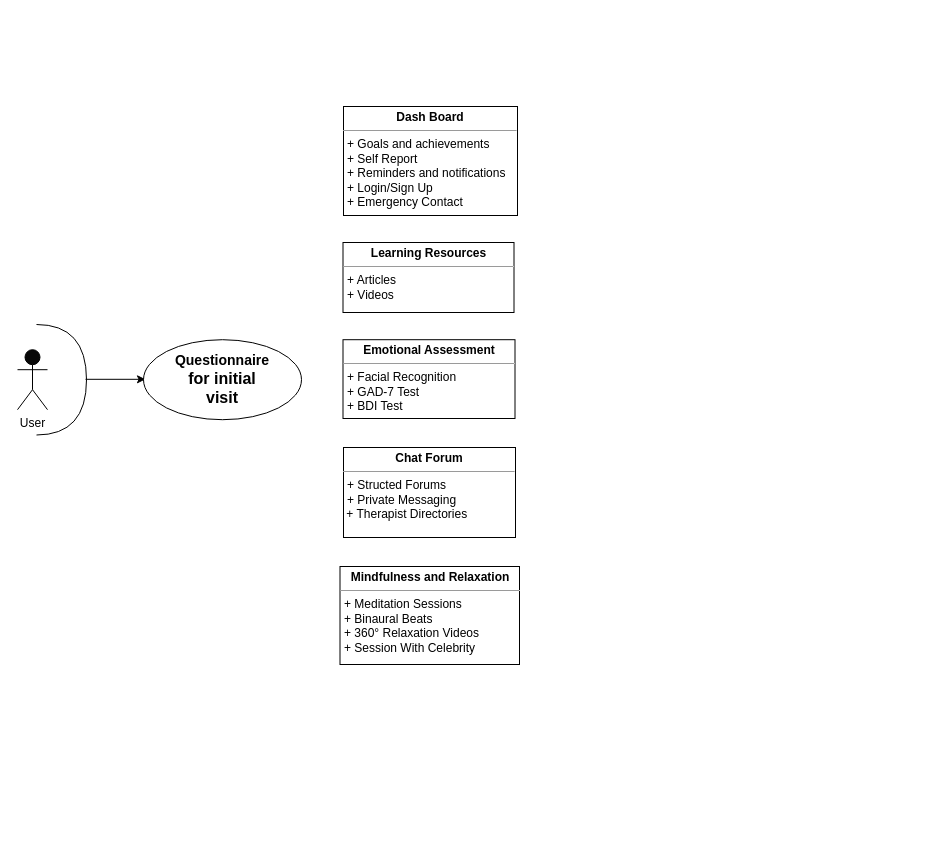
Earlier version of the draw.io diagram page "Page-2" (2 of 2) of Untitled Diagram.drawio (Nandakishore-cmd/Backend-development). Source tidied: cells renumbered, new cells numbered last; positions are measured from the earlier drawing's top-left corner, leaving out a move shared by most shapes. Both pictures are drawn from the tidied source at 100%, with x=0, y=0 at pixel (17, 106).
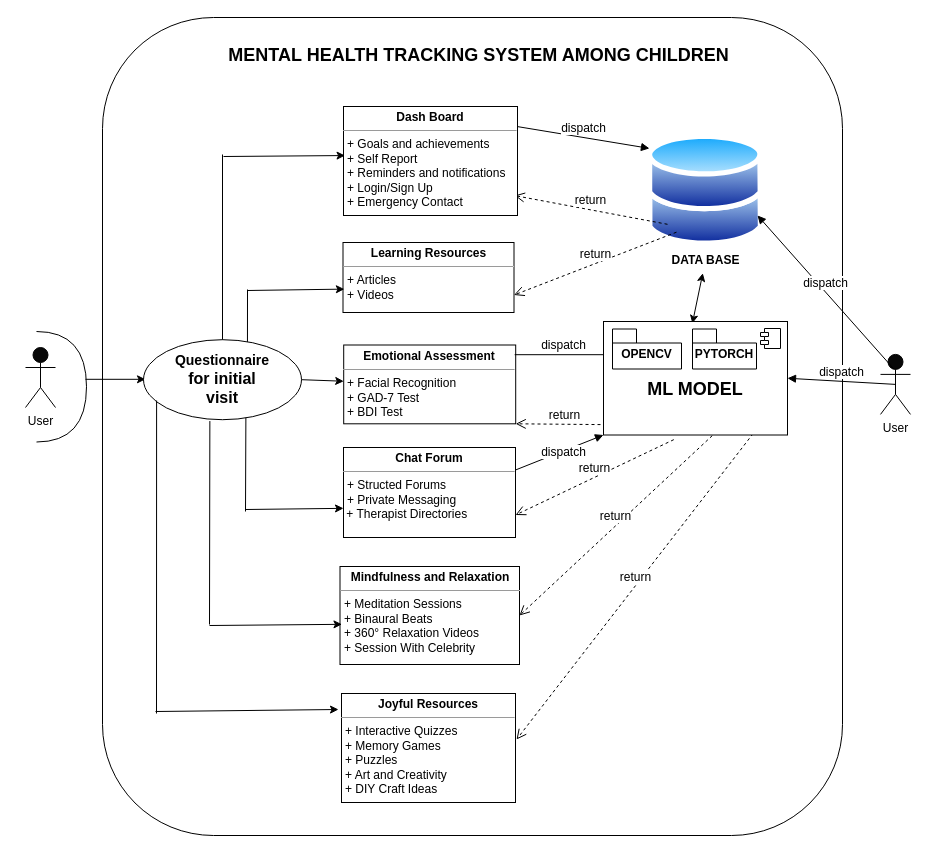
The same page after the edit.

Commit message:
MENTAL HEALTH UML DIAGRAM

Unchanged cells that the change refers to:
```xml
<mxCell id="5" value="&lt;div style=&quot;&quot;&gt;&lt;b style=&quot;background-color: initial;&quot;&gt;&lt;font style=&quot;font-size: 14px;&quot;&gt;Questionnaire&lt;/font&gt;&lt;/b&gt;&lt;/div&gt;&lt;b&gt;&lt;font size=&quot;3&quot;&gt;&lt;div style=&quot;&quot;&gt;&lt;b style=&quot;background-color: initial;&quot;&gt;for initial&lt;/b&gt;&lt;/div&gt;&lt;div style=&quot;&quot;&gt;&lt;b style=&quot;background-color: initial;&quot;&gt;visit&lt;/b&gt;&lt;/div&gt;&lt;/font&gt;&lt;/b&gt;" style="ellipse;whiteSpace=wrap;html=1;align=center;" parent="1" vertex="1">
  <mxGeometry x="126" y="233.2" width="158" height="80" as="geometry" />
</mxCell>
<mxCell id="6" value="&lt;p style=&quot;margin:0px;margin-top:4px;text-align:center;&quot;&gt;&lt;b&gt;Dash Board&lt;/b&gt;&lt;/p&gt;&lt;hr size=&quot;1&quot;&gt;&lt;p style=&quot;margin:0px;margin-left:4px;&quot;&gt;+ Goals and achievements&lt;/p&gt;&lt;p style=&quot;margin:0px;margin-left:4px;&quot;&gt;+ Self Report&lt;/p&gt;&lt;p style=&quot;margin:0px;margin-left:4px;&quot;&gt;+ Reminders and notifications&lt;/p&gt;&lt;p style=&quot;margin:0px;margin-left:4px;&quot;&gt;+ Login/Sign Up&lt;/p&gt;&lt;p style=&quot;margin:0px;margin-left:4px;&quot;&gt;+ Emergency Contact&lt;/p&gt;&lt;p style=&quot;margin:0px;margin-left:4px;&quot;&gt;&lt;br&gt;&lt;/p&gt;" style="verticalAlign=top;align=left;overflow=fill;fontSize=12;fontFamily=Helvetica;html=1;whiteSpace=wrap;" parent="1" vertex="1">
  <mxGeometry x="326" width="174" height="109" as="geometry" />
</mxCell>
<mxCell id="7" value="&lt;p style=&quot;margin:0px;margin-top:4px;text-align:center;&quot;&gt;&lt;b&gt;Learning Resources&lt;/b&gt;&lt;/p&gt;&lt;hr size=&quot;1&quot;&gt;&lt;p style=&quot;margin:0px;margin-left:4px;&quot;&gt;+ Articles&lt;/p&gt;&lt;p style=&quot;margin:0px;margin-left:4px;&quot;&gt;+ Videos&lt;/p&gt;&lt;p style=&quot;margin:0px;margin-left:4px;&quot;&gt;&lt;br&gt;&lt;/p&gt;" style="verticalAlign=top;align=left;overflow=fill;fontSize=12;fontFamily=Helvetica;html=1;whiteSpace=wrap;" parent="1" vertex="1">
  <mxGeometry x="325.5" y="136" width="171" height="70" as="geometry" />
</mxCell>
<mxCell id="9" value="&lt;p style=&quot;margin:0px;margin-top:4px;text-align:center;&quot;&gt;&lt;b&gt;Chat Forum&lt;/b&gt;&lt;/p&gt;&lt;hr size=&quot;1&quot;&gt;&lt;p style=&quot;margin:0px;margin-left:4px;&quot;&gt;+ Structed Forums&lt;/p&gt;&lt;p style=&quot;margin:0px;margin-left:4px;&quot;&gt;+ Private Messaging&lt;/p&gt;&amp;nbsp;+ Therapist Directories&lt;p style=&quot;margin:0px;margin-left:4px;&quot;&gt;&lt;br&gt;&lt;/p&gt;" style="verticalAlign=top;align=left;overflow=fill;fontSize=12;fontFamily=Helvetica;html=1;whiteSpace=wrap;" parent="1" vertex="1">
  <mxGeometry x="326" y="341" width="172" height="90" as="geometry" />
</mxCell>
<mxCell id="10" value="&lt;p style=&quot;margin:0px;margin-top:4px;text-align:center;&quot;&gt;&lt;b&gt;Mindfulness and Relaxation&lt;/b&gt;&lt;br&gt;&lt;/p&gt;&lt;hr size=&quot;1&quot;&gt;&lt;p style=&quot;margin:0px;margin-left:4px;&quot;&gt;+ Meditation Sessions&lt;/p&gt;&lt;p style=&quot;margin:0px;margin-left:4px;&quot;&gt;+ Binaural Beats&lt;/p&gt;&lt;p style=&quot;margin:0px;margin-left:4px;&quot;&gt;+ 360° Relaxation Videos&lt;/p&gt;&lt;p style=&quot;margin:0px;margin-left:4px;&quot;&gt;+ Session With Celebrity&lt;/p&gt;" style="verticalAlign=top;align=left;overflow=fill;fontSize=12;fontFamily=Helvetica;html=1;whiteSpace=wrap;" parent="1" vertex="1">
  <mxGeometry x="322.5" y="460" width="179.5" height="98" as="geometry" />
</mxCell>
```

Change to the diagram source:
```diff
@@
+    <mxCell id="11" style="rounded=1;whiteSpace=wrap;html=1;sketch=0;strokeColor=default;align=center;verticalAlign=middle;fontFamily=Helvetica;fontSize=12;fontColor=default;fillColor=default;" parent="1" vertex="1">
+      <mxGeometry x="85" y="-89" width="740" height="818" as="geometry" />
+    </mxCell>
+    <mxCell id="12" style="html=1;points=[[0,0,0,0,5],[0,1,0,0,-5],[1,0,0,0,5],[1,1,0,0,-5]];perimeter=orthogonalPerimeter;outlineConnect=0;targetShapes=umlLifeline;portConstraint=eastwest;newEdgeStyle={&quot;curved&quot;:0,&quot;rounded&quot;:0};sketch=0;strokeColor=default;align=center;verticalAlign=middle;fontFamily=Helvetica;fontSize=12;fontColor=default;fillColor=default;" parent="1" vertex="1">
+      <mxGeometry x="650" y="44.8" width="10" height="78" as="geometry" />
+    </mxCell>
+    <mxCell id="13" style="image;perimeter=ellipsePerimeter;html=1;align=center;shadow=0;dashed=0;spacingTop=3;image=img/lib/active_directory/databases.svg;" parent="1" vertex="1">
+      <mxGeometry x="630" y="27" width="116" height="113.7" as="geometry" />
+    </mxCell>
+    <mxCell id="14" style="html=1;perimeter=orthogonalPerimeter;targetShapes=umlLifeline;newEdgeStyle={&quot;curved&quot;:0,&quot;rounded&quot;:0};sketch=0;strokeColor=default;align=center;verticalAlign=middle;fontFamily=Helvetica;fontSize=12;fontColor=default;fillColor=default;" parent="1" vertex="1">
+      <mxGeometry x="755" y="243.5" width="10" height="80" as="geometry" />
+    </mxCell>
+    <mxCell id="15" value="dispatch" style="html=1;verticalAlign=bottom;endArrow=block;curved=0;rounded=0;entryX=0;entryY=1;entryDx=0;entryDy=0;fontFamily=Helvetica;fontSize=12;fontColor=default;exitX=1;exitY=0.25;exitDx=0;exitDy=0;" parent="1" edge="1" source="9" target="42">
+      <mxGeometry x="0.01" y="-10" relative="1" as="geometry" />
+    </mxCell>
+    <mxCell id="16" value="return" style="html=1;verticalAlign=bottom;endArrow=open;dashed=1;endSize=8;curved=0;rounded=0;exitX=0.382;exitY=1.041;exitDx=0;exitDy=0;fontFamily=Helvetica;fontSize=12;fontColor=default;entryX=1;entryY=0.75;entryDx=0;entryDy=0;exitPerimeter=0;" parent="1" edge="1" source="42" target="9">
+      <mxGeometry relative="1" as="geometry" />
+    </mxCell>
+    <mxCell id="17" value="dispatch" style="html=1;verticalAlign=bottom;endArrow=block;curved=0;rounded=0;entryX=0.017;entryY=0.131;entryDx=0;entryDy=0;fontFamily=Helvetica;fontSize=12;fontColor=default;exitX=1.002;exitY=0.185;exitDx=0;exitDy=0;exitPerimeter=0;entryPerimeter=0;" parent="1" edge="1" source="6" target="13">
+      <mxGeometry relative="1" as="geometry" />
+    </mxCell>
+    <mxCell id="18" value="return" style="html=1;verticalAlign=bottom;endArrow=open;dashed=1;endSize=8;curved=0;rounded=0;exitX=0;exitY=1;exitDx=0;exitDy=-5;fontFamily=Helvetica;fontSize=12;fontColor=default;entryX=0.983;entryY=0.817;entryDx=0;entryDy=0;entryPerimeter=0;" parent="1" edge="1" source="12" target="6">
+      <mxGeometry relative="1" as="geometry" />
+    </mxCell>
+    <mxCell id="19" style="html=1;points=[[0,0,0,0,5],[0,1,0,0,-5],[1,0,0,0,5],[1,1,0,0,-5]];perimeter=orthogonalPerimeter;outlineConnect=0;targetShapes=umlLifeline;portConstraint=eastwest;newEdgeStyle={&quot;curved&quot;:0,&quot;rounded&quot;:0};sketch=0;strokeColor=default;align=center;verticalAlign=middle;fontFamily=Helvetica;fontSize=12;fontColor=default;fillColor=default;" parent="1" vertex="1">
+      <mxGeometry x="595" y="243.2" width="10" height="80" as="geometry" />
+    </mxCell>
     <mxCell id="2" value="User" style="shape=umlActor;verticalLabelPosition=bottom;verticalAlign=top;html=1;fillColor=#080808;" parent="1" vertex="1">
-      <mxGeometry y="243.2" width="30" height="60" as="geometry" />
+      <mxGeometry x="8" y="241" width="30" height="60" as="geometry" />
     </mxCell>
     <mxCell id="3" style="shape=requiredInterface;html=1;verticalLabelPosition=bottom;sketch=0;" parent="1" vertex="1">
-      <mxGeometry x="19" y="218" width="50" height="110.5" as="geometry" />
+      <mxGeometry x="19" y="225" width="50" height="110.5" as="geometry" />
     </mxCell>
@@
     <mxCell id="8" value="&lt;p style=&quot;margin:0px;margin-top:4px;text-align:center;&quot;&gt;&lt;b&gt;Emotional Assessment&lt;/b&gt;&lt;/p&gt;&lt;hr size=&quot;1&quot;&gt;&lt;p style=&quot;margin:0px;margin-left:4px;&quot;&gt;+ Facial Recognition&lt;/p&gt;&lt;p style=&quot;margin:0px;margin-left:4px;&quot;&gt;+ GAD-7 Test&lt;/p&gt;&lt;p style=&quot;margin:0px;margin-left:4px;&quot;&gt;+ BDI Test&lt;/p&gt;&lt;p style=&quot;margin:0px;margin-left:4px;&quot;&gt;&lt;br&gt;&lt;/p&gt;" style="verticalAlign=top;align=left;overflow=fill;fontSize=12;fontFamily=Helvetica;html=1;whiteSpace=wrap;" parent="1" vertex="1">
-      <mxGeometry x="325.5" y="233.2" width="172" height="78.8" as="geometry" />
+      <mxGeometry x="326.2" y="238.5" width="172" height="78.8" as="geometry" />
     </mxCell>
@@
+    <mxCell id="20" style="endArrow=classic;html=1;rounded=0;entryX=0.011;entryY=0.59;entryDx=0;entryDy=0;entryPerimeter=0;" parent="1" edge="1" target="10">
+      <mxGeometry relative="1" as="geometry">
+        <mxPoint x="192" y="519" as="sourcePoint" />
+      </mxGeometry>
+    </mxCell>
+    <mxCell id="21" style="endArrow=none;html=1;rounded=0;exitX=0.42;exitY=1.017;exitDx=0;exitDy=0;exitPerimeter=0;" parent="1" edge="1" source="5">
+      <mxGeometry relative="1" as="geometry">
+        <mxPoint x="192" y="518" as="targetPoint" />
+      </mxGeometry>
+    </mxCell>
+    <mxCell id="22" style="endArrow=none;html=1;rounded=0;" parent="1" edge="1" source="5">
+      <mxGeometry relative="1" as="geometry">
+        <mxPoint x="205" y="48" as="targetPoint" />
+      </mxGeometry>
+    </mxCell>
+    <mxCell id="23" style="endArrow=classic;html=1;rounded=0;entryX=0.009;entryY=0.45;entryDx=0;entryDy=0;entryPerimeter=0;" parent="1" edge="1" target="6">
+      <mxGeometry relative="1" as="geometry">
+        <mxPoint x="206" y="50" as="sourcePoint" />
+      </mxGeometry>
+    </mxCell>
+    <mxCell id="24" style="endArrow=none;html=1;rounded=0;exitX=0.658;exitY=0.027;exitDx=0;exitDy=0;exitPerimeter=0;" parent="1" edge="1" source="5">
+      <mxGeometry relative="1" as="geometry">
+        <mxPoint x="230" y="183" as="targetPoint" />
+      </mxGeometry>
+    </mxCell>
+    <mxCell id="25" style="endArrow=classic;html=1;rounded=0;entryX=0.008;entryY=0.666;entryDx=0;entryDy=0;entryPerimeter=0;" parent="1" edge="1" target="7">
+      <mxGeometry relative="1" as="geometry">
+        <mxPoint x="230" y="184" as="sourcePoint" />
+      </mxGeometry>
+    </mxCell>
+    <mxCell id="26" style="endArrow=classic;html=1;rounded=0;exitX=1;exitY=0.5;exitDx=0;exitDy=0;" parent="1" edge="1" source="5" target="8">
+      <mxGeometry relative="1" as="geometry" />
+    </mxCell>
+    <mxCell id="27" value="&lt;p style=&quot;margin:0px;margin-top:4px;text-align:center;&quot;&gt;&lt;b&gt;Joyful Resources&lt;/b&gt;&lt;/p&gt;&lt;hr size=&quot;1&quot;&gt;&lt;p style=&quot;margin:0px;margin-left:4px;&quot;&gt;+ Interactive Quizzes&lt;/p&gt;&lt;p style=&quot;margin:0px;margin-left:4px;&quot;&gt;+ Memory Games&lt;/p&gt;&lt;p style=&quot;margin:0px;margin-left:4px;&quot;&gt;+ Puzzles&lt;/p&gt;&lt;p style=&quot;margin:0px;margin-left:4px;&quot;&gt;+ Art and Creativity&lt;/p&gt;&lt;p style=&quot;margin:0px;margin-left:4px;&quot;&gt;+ DIY Craft Ideas&lt;/p&gt;&lt;p style=&quot;margin:0px;margin-left:4px;&quot;&gt;&lt;br&gt;&lt;/p&gt;" style="verticalAlign=top;align=left;overflow=fill;fontSize=12;fontFamily=Helvetica;html=1;whiteSpace=wrap;" parent="1" vertex="1">
+      <mxGeometry x="324" y="587" width="174" height="109" as="geometry" />
+    </mxCell>
+    <mxCell id="28" value="&lt;b&gt;DATA BASE&lt;/b&gt;" style="text;html=1;align=center;verticalAlign=middle;points=[];strokeColor=none;fillColor=none;" parent="1" vertex="1">
+      <mxGeometry x="645" y="140.7" width="86" height="26" as="geometry" />
+    </mxCell>
+    <mxCell id="29" value="dispatch" style="html=1;verticalAlign=bottom;endArrow=block;curved=0;rounded=0;entryX=0;entryY=0;entryDx=0;entryDy=5;fontFamily=Helvetica;fontSize=12;fontColor=default;exitX=0.994;exitY=0.123;exitDx=0;exitDy=0;exitPerimeter=0;" parent="1" edge="1" source="8" target="19">
+      <mxGeometry relative="1" as="geometry" />
+    </mxCell>
+    <mxCell id="30" value="return" style="html=1;verticalAlign=bottom;endArrow=open;dashed=1;endSize=8;curved=0;rounded=0;exitX=0;exitY=1;exitDx=0;exitDy=-5;fontFamily=Helvetica;fontSize=12;fontColor=default;entryX=1;entryY=1;entryDx=0;entryDy=0;" parent="1" edge="1" source="19" target="8">
+      <mxGeometry relative="1" as="geometry" />
+    </mxCell>
+    <mxCell id="31" style="endArrow=classic;html=1;rounded=0;fontFamily=Helvetica;fontSize=12;fontColor=default;" parent="1" edge="1">
+      <mxGeometry relative="1" as="geometry">
+        <mxPoint x="138" y="605" as="sourcePoint" />
+        <mxPoint x="321" y="603" as="targetPoint" />
+      </mxGeometry>
+    </mxCell>
+    <mxCell id="32" style="endArrow=none;html=1;rounded=0;fontFamily=Helvetica;fontSize=12;fontColor=default;exitX=0;exitY=1;exitDx=0;exitDy=0;" parent="1" edge="1">
+      <mxGeometry relative="1" as="geometry">
+        <mxPoint x="139.1" y="294" as="sourcePoint" />
+        <mxPoint x="139" y="607" as="targetPoint" />
+      </mxGeometry>
+    </mxCell>
+    <mxCell id="33" style="endArrow=none;html=1;rounded=0;fontFamily=Helvetica;fontSize=12;fontColor=default;exitX=0.648;exitY=0.977;exitDx=0;exitDy=0;exitPerimeter=0;" parent="1" edge="1" source="5">
+      <mxGeometry relative="1" as="geometry">
+        <mxPoint x="228" y="405" as="targetPoint" />
+      </mxGeometry>
+    </mxCell>
+    <mxCell id="34" style="endArrow=classic;html=1;rounded=0;fontFamily=Helvetica;fontSize=12;fontColor=default;entryX=0;entryY=0.676;entryDx=0;entryDy=0;entryPerimeter=0;" parent="1" edge="1" target="9">
+      <mxGeometry relative="1" as="geometry">
+        <mxPoint x="228" y="403" as="sourcePoint" />
+      </mxGeometry>
+    </mxCell>
+    <mxCell id="35" value="User" style="shape=umlActor;verticalLabelPosition=bottom;verticalAlign=top;html=1;fillColor=#080808;" parent="1" vertex="1">
+      <mxGeometry x="863" y="247.9" width="30" height="60" as="geometry" />
+    </mxCell>
+    <mxCell id="36" value="dispatch" style="html=1;verticalAlign=bottom;endArrow=block;curved=0;rounded=0;fontFamily=Helvetica;fontSize=12;fontColor=default;entryX=1;entryY=0.75;entryDx=0;entryDy=0;exitX=0.447;exitY=0.245;exitDx=0;exitDy=0;exitPerimeter=0;" parent="1" edge="1" source="35" target="13">
+      <mxGeometry relative="1" as="geometry" />
+    </mxCell>
+    <mxCell id="37" value="return" style="html=1;verticalAlign=bottom;endArrow=open;dashed=1;endSize=8;curved=0;rounded=0;fontFamily=Helvetica;fontSize=12;fontColor=default;exitX=0.25;exitY=0.868;exitDx=0;exitDy=0;exitPerimeter=0;entryX=1;entryY=0.75;entryDx=0;entryDy=0;" parent="1" edge="1" source="13" target="7">
+      <mxGeometry relative="1" as="geometry" />
+    </mxCell>
+    <mxCell id="38" style="endArrow=classic;startArrow=classic;html=1;rounded=0;fontFamily=Helvetica;fontSize=12;fontColor=default;exitX=0.483;exitY=0.017;exitDx=0;exitDy=0;exitPerimeter=0;" parent="1" edge="1" source="42" target="28">
+      <mxGeometry relative="1" as="geometry" />
+    </mxCell>
+    <mxCell id="39" value="dispatch" style="html=1;verticalAlign=bottom;endArrow=block;curved=0;rounded=0;fontFamily=Helvetica;fontSize=12;fontColor=default;entryX=1;entryY=0.5;entryDx=0;entryDy=0;exitX=0.5;exitY=0.5;exitDx=0;exitDy=0;exitPerimeter=0;" parent="1" edge="1" source="35" target="42">
+      <mxGeometry relative="1" as="geometry" />
+    </mxCell>
+    <mxCell id="40" value="return" style="html=1;verticalAlign=bottom;endArrow=open;dashed=1;endSize=8;curved=0;rounded=0;fontFamily=Helvetica;fontSize=12;fontColor=default;exitX=0.591;exitY=1.006;exitDx=0;exitDy=0;exitPerimeter=0;entryX=1;entryY=0.5;entryDx=0;entryDy=0;" parent="1" edge="1" source="42" target="10">
+      <mxGeometry relative="1" as="geometry" />
+    </mxCell>
+    <mxCell id="41" value="return" style="html=1;verticalAlign=bottom;endArrow=open;dashed=1;endSize=8;curved=0;rounded=0;fontFamily=Helvetica;fontSize=12;fontColor=default;exitX=0.813;exitY=0.988;exitDx=0;exitDy=0;exitPerimeter=0;entryX=1.006;entryY=0.422;entryDx=0;entryDy=0;entryPerimeter=0;" parent="1" edge="1" source="42" target="27">
+      <mxGeometry relative="1" as="geometry" />
+    </mxCell>
+    <mxCell id="42" value="&lt;b&gt;&lt;font style=&quot;font-size: 18px;&quot;&gt;&lt;br&gt;ML MODEL&lt;/font&gt;&lt;/b&gt;" style="html=1;whiteSpace=wrap;" parent="1" vertex="1">
+      <mxGeometry x="586" y="215" width="184" height="113.5" as="geometry" />
+    </mxCell>
+    <mxCell id="43" style="shape=module;jettyWidth=8;jettyHeight=4;" parent="42" vertex="1">
+      <mxGeometry x="1" width="20" height="20" relative="1" as="geometry">
+        <mxPoint x="-27" y="7" as="offset" />
+      </mxGeometry>
+    </mxCell>
+    <mxCell id="44" value="OPENCV" style="shape=folder;fontStyle=1;spacingTop=10;tabWidth=24;tabHeight=14;tabPosition=left;html=1;whiteSpace=wrap;sketch=0;strokeColor=default;align=center;verticalAlign=middle;fontFamily=Helvetica;fontSize=12;fontColor=default;fillColor=default;" parent="1" vertex="1">
+      <mxGeometry x="595" y="222.5" width="69" height="40" as="geometry" />
+    </mxCell>
+    <mxCell id="45" value="PYTORCH" style="shape=folder;fontStyle=1;spacingTop=10;tabWidth=24;tabHeight=14;tabPosition=left;html=1;whiteSpace=wrap;sketch=0;strokeColor=default;align=center;verticalAlign=middle;fontFamily=Helvetica;fontSize=12;fontColor=default;fillColor=default;" parent="1" vertex="1">
+      <mxGeometry x="675" y="222.5" width="64" height="40" as="geometry" />
+    </mxCell>
+    <mxCell id="46" value="&lt;b&gt;&lt;font style=&quot;font-size: 18px;&quot;&gt;MENTAL HEALTH TRACKING SYSTEM AMONG CHILDREN&lt;/font&gt;&lt;/b&gt;" style="text;html=1;align=center;verticalAlign=middle;strokeColor=none;fillColor=none;fontSize=12;fontFamily=Helvetica;fontColor=default;" parent="1" vertex="1">
+      <mxGeometry x="202" y="-68" width="518" height="34" as="geometry" />
+    </mxCell>
```
